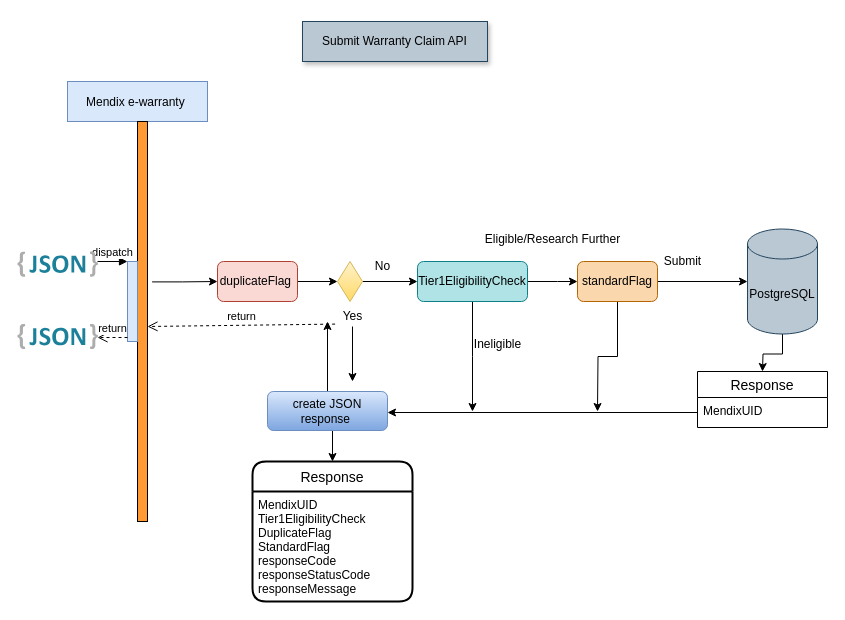
This is Untitled Diagram.drawio from MrMetalAddict/Retail-Mon, a draw.io file, before an edit. Source tidied: cells renumbered, new cells numbered last; positions are measured from the earlier drawing's top-left corner, leaving out a move shared by most shapes. Both pictures are drawn from the tidied source at 100%, with x=0, y=0 at pixel (17, 21).
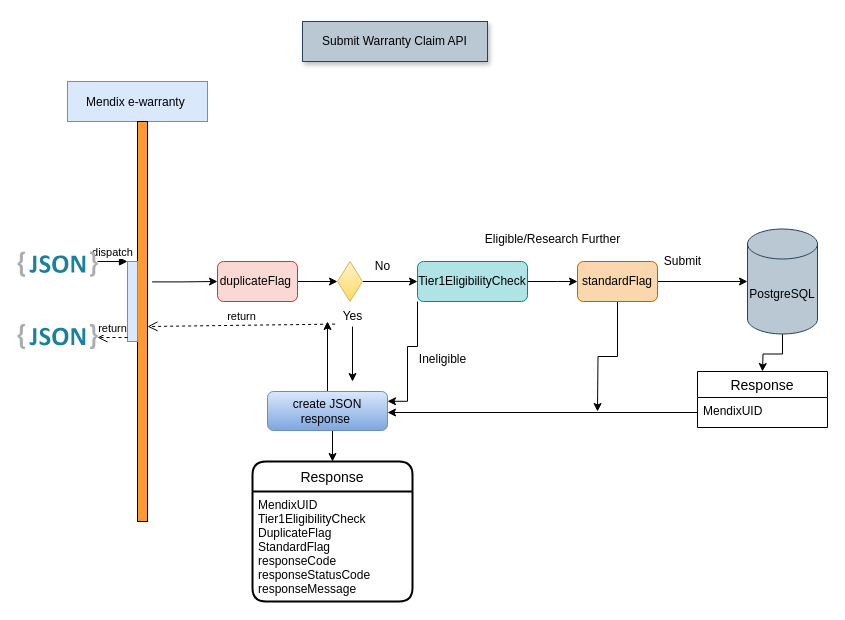
Above is the later version.

Unchanged cells that the change refers to:
```xml
<mxCell id="16" value="Tier1EligibilityCheck" style="rounded=1;whiteSpace=wrap;html=1;fillColor=#b0e3e6;strokeColor=#0e8088;" parent="1" vertex="1">
  <mxGeometry x="400" y="240" width="110" height="40" as="geometry" />
</mxCell>
<mxCell id="36" value="create JSON response&amp;nbsp;" style="rounded=1;whiteSpace=wrap;html=1;gradientColor=#7ea6e0;fillColor=#dae8fc;strokeColor=#6c8ebf;" parent="1" vertex="1">
  <mxGeometry x="250" y="370" width="120" height="39" as="geometry" />
</mxCell>
```

The edit, as a diff of the source:
```diff
@@
-    <mxCell id="15" style="edgeStyle=orthogonalEdgeStyle;rounded=0;jettySize=auto;html=1;" parent="1" edge="1" source="16">
+    <mxCell id="15" style="edgeStyle=orthogonalEdgeStyle;rounded=0;jettySize=auto;html=1;entryX=1;entryY=0.25;entryDx=0;entryDy=0;" parent="1" edge="1" source="16" target="36">
       <mxGeometry relative="1" as="geometry">
-        <mxPoint x="455" y="390" as="targetPoint" />
+        <Array as="points">
+          <mxPoint x="400" y="325" />
+          <mxPoint x="390" y="325" />
+          <mxPoint x="390" y="380" />
+        </Array>
       </mxGeometry>
     </mxCell>
@@
     <mxCell id="37" value="Ineligible" style="text;html=1;align=center;verticalAlign=middle;" parent="1" vertex="1">
-      <mxGeometry x="450" y="312.5" width="60" height="20" as="geometry" />
+      <mxGeometry x="395" y="327.6" width="60" height="20" as="geometry" />
     </mxCell>
```
